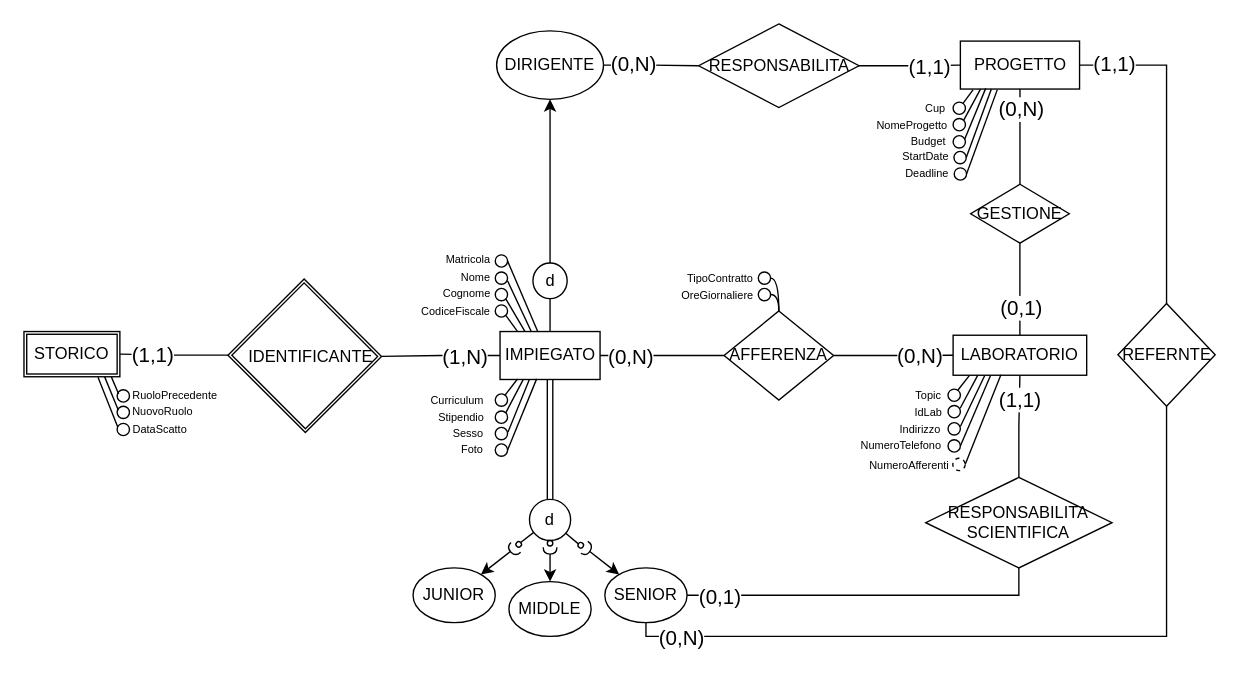
Earlier version of the draw.io diagram DIAGRAMMI E MAPPING/Concettuale/CONCETTUALE E:R .drawio (terrecruis/Progetto-Azienda). Source tidied: cells renumbered, new cells numbered last; positions are measured from the earlier drawing's top-left corner, leaving out a move shared by most shapes. Both pictures are drawn from the tidied source at 137%, with x=0, y=0 at pixel (23, 23).
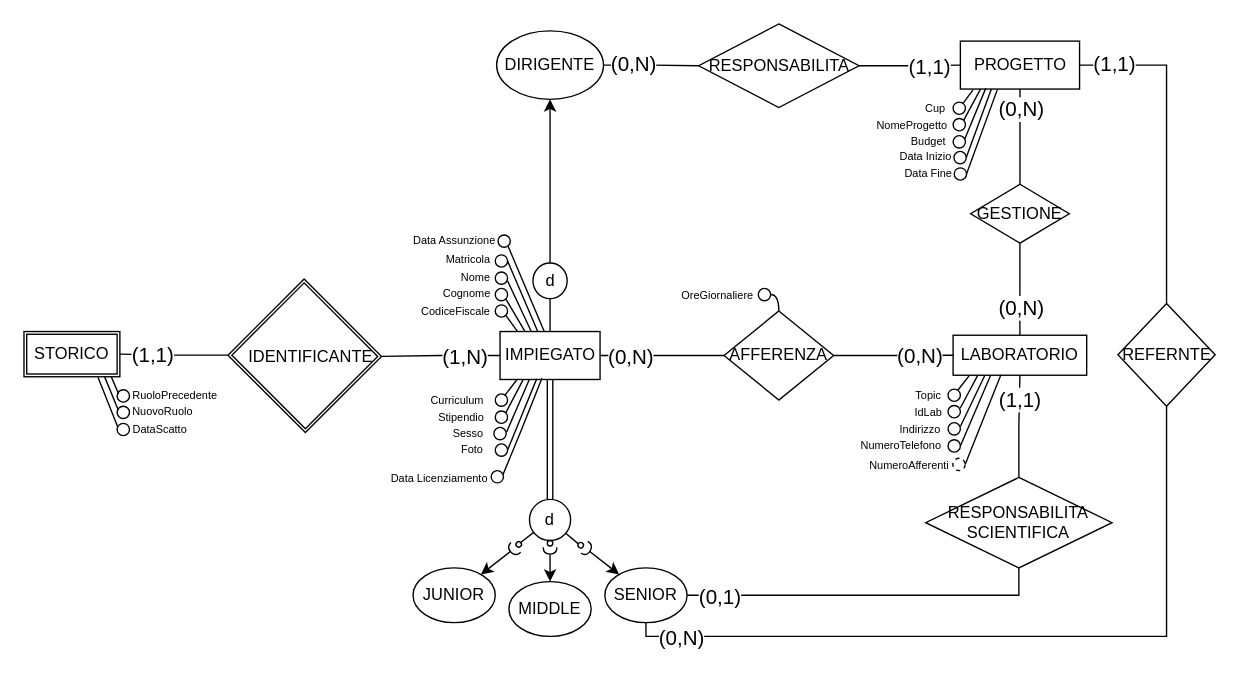
Above is the later version.

Unchanged cells that the change refers to:
```xml
<mxCell id="6" style="edgeStyle=orthogonalEdgeStyle;rounded=0;jettySize=auto;html=1;endArrow=none;endFill=0;exitX=0.5;exitY=0;exitDx=0;exitDy=0;labelBackgroundColor=none;fontColor=default;" parent="1" edge="1" source="50" target="29">
  <mxGeometry relative="1" as="geometry" />
</mxCell>
<mxCell id="19" value="AFFERENZA" style="rhombus;whiteSpace=wrap;html=1;rounded=0;labelBackgroundColor=none;" parent="1" vertex="1">
  <mxGeometry x="511" y="209.5" width="80" height="65" as="geometry" />
</mxCell>
<mxCell id="49" value="IMPIEGATO" style="rounded=0;whiteSpace=wrap;html=1;labelBackgroundColor=none;" parent="1" vertex="1">
  <mxGeometry x="347.5" y="224.5" width="73" height="35" as="geometry" />
</mxCell>
```

The edit, as a diff of the source:
```diff
@@
-    <mxCell id="7" value="(0,1)" style="edgeLabel;html=1;align=center;verticalAlign=middle;fontSize=15;" parent="6" vertex="1">
+    <mxCell id="7" value="(0,N)" style="edgeLabel;html=1;align=center;verticalAlign=middle;fontSize=15;" parent="6" vertex="1">
       <mxGeometry x="-0.38" y="-1" relative="1" as="geometry" />
     </mxCell>
@@
     <mxCell id="54" style="ellipse;whiteSpace=wrap;html=1;" parent="1" vertex="1">
-      <mxGeometry x="344" y="294.5" width="9" height="9" as="geometry" />
+      <mxGeometry x="343" y="294.5" width="9" height="9" as="geometry" />
     </mxCell>
@@
-    <mxCell id="107" style="ellipse;whiteSpace=wrap;html=1;" parent="1" vertex="1">
-      <mxGeometry x="536" y="181" width="9" height="9" as="geometry" />
-    </mxCell>
@@
-    <mxCell id="109" style="endArrow=none;html=1;rounded=0;curved=1;exitX=0.5;exitY=0;exitDx=0;exitDy=0;entryX=1;entryY=0.5;entryDx=0;entryDy=0;edgeStyle=orthogonalEdgeStyle;" parent="1" edge="1" source="19" target="107">
-      <mxGeometry relative="1" as="geometry">
-        <Array as="points">
-          <mxPoint x="551" y="186" />
-        </Array>
-      </mxGeometry>
-    </mxCell>
@@
-    <mxCell id="111" value="TipoContratto" style="text;html=1;align=center;verticalAlign=middle;strokeColor=none;fillColor=none;fontSize=8;" parent="1" vertex="1">
-      <mxGeometry x="475" y="174.5" width="66" height="22" as="geometry" />
-    </mxCell>
@@
-    <mxCell id="119" value="&lt;font style=&quot;font-size: 8px;&quot;&gt;StartDate&lt;/font&gt;" style="text;html=1;align=center;verticalAlign=middle;strokeColor=none;fillColor=none;" parent="1" vertex="1">
-      <mxGeometry x="632" y="83" width="52" height="26" as="geometry" />
+    <mxCell id="119" value="&lt;span style=&quot;font-size: 8px;&quot;&gt;Data Inizio&lt;/span&gt;" style="text;html=1;align=center;verticalAlign=middle;strokeColor=none;fillColor=none;" parent="1" vertex="1">
+      <mxGeometry x="630" y="83" width="56" height="26" as="geometry" />
     </mxCell>
-    <mxCell id="120" value="Deadline" style="text;html=1;align=center;verticalAlign=middle;strokeColor=none;fillColor=none;fontSize=8;" parent="1" vertex="1">
-      <mxGeometry x="634" y="98" width="50" height="22" as="geometry" />
+    <mxCell id="120" value="Data Fine" style="text;html=1;align=center;verticalAlign=middle;strokeColor=none;fillColor=none;fontSize=8;" parent="1" vertex="1">
+      <mxGeometry x="633" y="98" width="53" height="22" as="geometry" />
     </mxCell>
@@
+    <mxCell id="125" style="endArrow=none;html=1;rounded=0;entryX=0.443;entryY=0.006;entryDx=0;entryDy=0;entryPerimeter=0;exitX=1;exitY=0.5;exitDx=0;exitDy=0;" parent="1" edge="1" target="49">
+      <mxGeometry relative="1" as="geometry">
+        <mxPoint x="352" y="159" as="sourcePoint" />
+      </mxGeometry>
+    </mxCell>
+    <mxCell id="126" style="endArrow=none;html=1;rounded=0;exitX=0.419;exitY=0.975;exitDx=0;exitDy=0;exitPerimeter=0;entryX=0.956;entryY=0.346;entryDx=0;entryDy=0;entryPerimeter=0;" parent="1" edge="1" source="49" target="127">
+      <mxGeometry relative="1" as="geometry">
+        <Array as="points">
+          <mxPoint x="363.2" y="296" />
+        </Array>
+      </mxGeometry>
+    </mxCell>
+    <mxCell id="127" style="ellipse;whiteSpace=wrap;html=1;" parent="1" vertex="1">
+      <mxGeometry x="341" y="326" width="9" height="9" as="geometry" />
+    </mxCell>
+    <mxCell id="128" value="Data Licenziamento" style="text;html=1;align=center;verticalAlign=middle;strokeColor=none;fillColor=none;fontSize=8;" parent="1" vertex="1">
+      <mxGeometry x="258" y="321" width="89" height="22" as="geometry" />
+    </mxCell>
+    <mxCell id="129" style="ellipse;whiteSpace=wrap;html=1;" parent="1" vertex="1">
+      <mxGeometry x="346" y="154" width="9" height="9" as="geometry" />
+    </mxCell>
+    <mxCell id="130" value="Data Assunzione" style="text;html=1;align=center;verticalAlign=middle;strokeColor=none;fillColor=none;fontSize=8;" parent="1" vertex="1">
+      <mxGeometry x="275" y="147" width="78" height="22" as="geometry" />
+    </mxCell>
```
